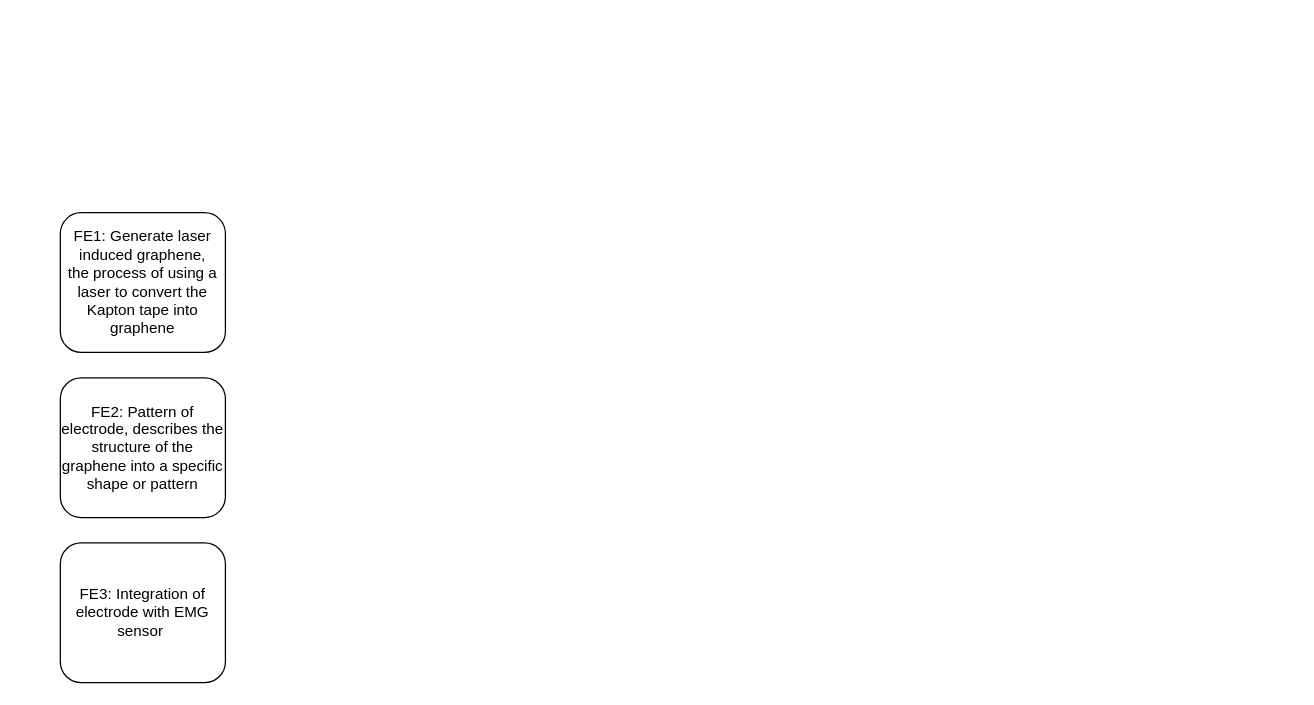
This is page "Page-4" (4 of 4) of Untitled Diagram.drawio from asdismilla/FlowChart, a draw.io file, before an edit. Source tidied: cells renumbered, new cells numbered last; positions are measured from the earlier drawing's top-left corner, leaving out a move shared by most shapes. Both pictures are drawn from the tidied source at 127%, with x=0, y=0 at pixel (60, 212).
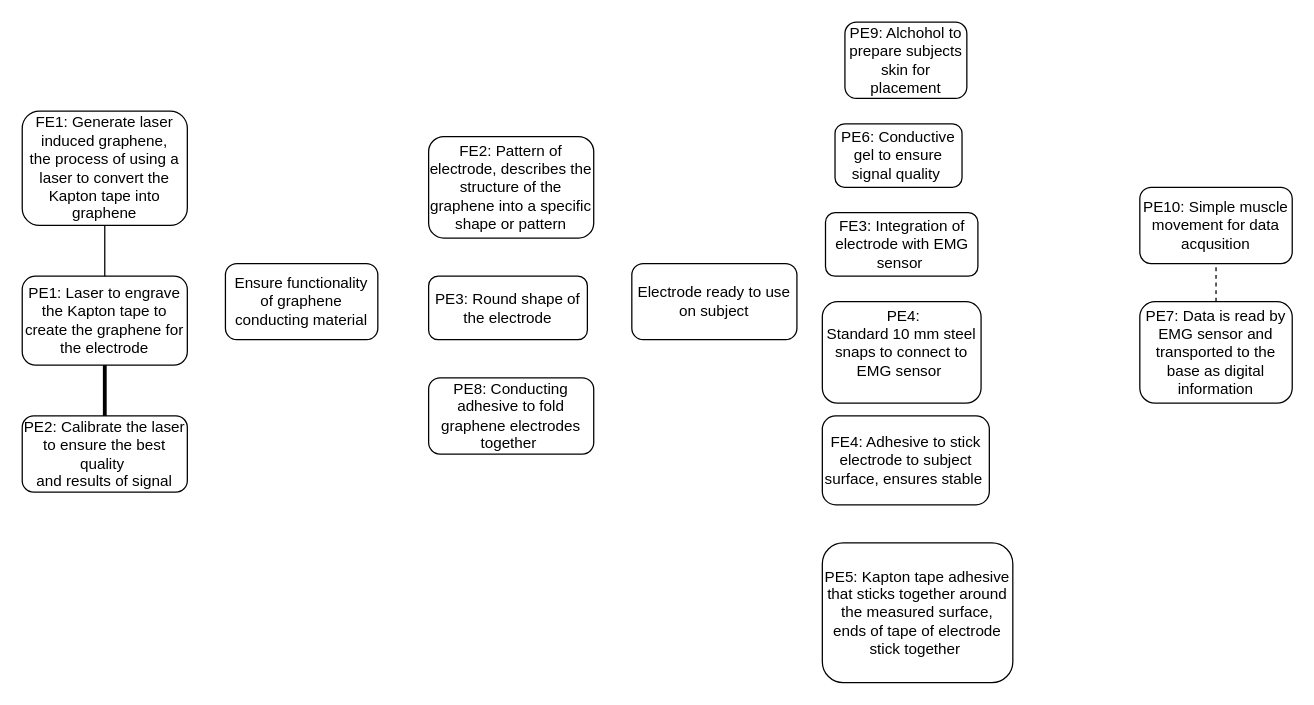
The same page after the edit.

What changed in the source:
```diff
@@
     <mxCell id="2" value="FE1: Generate laser induced graphene, the&amp;nbsp;process of using a laser to convert the Kapton tape into graphene&lt;span style=&quot;text-align: start;&quot; class=&quot;OYPEnA text-decoration-none text-strikethrough-none white-space-prewrap&quot;&gt;&lt;/span&gt;" style="rounded=1;whiteSpace=wrap;html=1;" parent="1" vertex="1">
-      <mxGeometry width="130" height="110" as="geometry" />
+      <mxGeometry x="-30" y="-80" width="130" height="90" as="geometry" />
     </mxCell>
     <mxCell id="3" value="FE2: Pattern of electrode, describes the structure of the graphene into a specific shape or pattern" style="rounded=1;whiteSpace=wrap;html=1;" parent="1" vertex="1">
-      <mxGeometry y="130" width="130" height="110" as="geometry" />
+      <mxGeometry x="290" y="-60" width="130" height="80" as="geometry" />
     </mxCell>
     <mxCell id="4" value="FE3: Integration of electrode with EMG sensor&amp;nbsp;" style="rounded=1;whiteSpace=wrap;html=1;" parent="1" vertex="1">
-      <mxGeometry y="260" width="130" height="110" as="geometry" />
+      <mxGeometry x="602.5" width="120" height="50" as="geometry" />
     </mxCell>
+    <mxCell id="5" value="FE4: Adhesive to stick electrode to subject surface, ensures stable&amp;nbsp;" style="rounded=1;whiteSpace=wrap;html=1;" parent="1" vertex="1">
+      <mxGeometry x="600" y="160" width="131.5" height="70" as="geometry" />
+    </mxCell>
+    <mxCell id="6" value="PE1: Laser to engrave the Kapton tape to create the graphene for the electrode" style="rounded=1;whiteSpace=wrap;html=1;" parent="1" vertex="1">
+      <mxGeometry x="-30" y="50" width="130" height="70" as="geometry" />
+    </mxCell>
+    <mxCell id="7" value="PE2:&amp;nbsp;Calibrate the laser to ensure the best quality&amp;nbsp;&lt;br&gt;and results of signal" style="rounded=1;whiteSpace=wrap;html=1;" parent="1" vertex="1">
+      <mxGeometry x="-30" y="160" width="130" height="60" as="geometry" />
+    </mxCell>
+    <mxCell id="8" value="PE3:&amp;nbsp;Round shape of the electrode" style="rounded=1;whiteSpace=wrap;html=1;" parent="1" vertex="1">
+      <mxGeometry x="290" y="50" width="125" height="50" as="geometry" />
+    </mxCell>
+    <mxCell id="9" value="&amp;nbsp;PE4:&lt;br&gt;Standard 10 mm steel snaps to connect to EMG sensor&amp;nbsp;&lt;div&gt;&lt;br&gt;&lt;/div&gt;" style="rounded=1;whiteSpace=wrap;html=1;" parent="1" vertex="1">
+      <mxGeometry x="600" y="70" width="125" height="80" as="geometry" />
+    </mxCell>
+    <mxCell id="10" value="PE5:&amp;nbsp;Kapton tape adhesive that sticks together around the measured surface, ends of tape of electrode stick together&amp;nbsp;" style="rounded=1;whiteSpace=wrap;html=1;" parent="1" vertex="1">
+      <mxGeometry x="600" y="260" width="150" height="110" as="geometry" />
+    </mxCell>
+    <mxCell id="11" value="PE6:&amp;nbsp;Conductive gel to ensure signal quality&amp;nbsp;" style="rounded=1;whiteSpace=wrap;html=1;" parent="1" vertex="1">
+      <mxGeometry x="610" y="-70" width="100" height="50" as="geometry" />
+    </mxCell>
+    <mxCell id="12" value="PE7:&amp;nbsp;Data is read by EMG sensor and transported to the base as digital information" style="rounded=1;whiteSpace=wrap;html=1;" parent="1" vertex="1">
+      <mxGeometry x="850" y="70" width="120" height="80" as="geometry" />
+    </mxCell>
+    <mxCell id="13" value="PE9: Alchohol to prepare subjects skin for placement" style="rounded=1;whiteSpace=wrap;html=1;" parent="1" vertex="1">
+      <mxGeometry x="617.8" y="-150" width="96" height="60" as="geometry" />
+    </mxCell>
+    <mxCell id="14" value="PE8: Conducting adhesive to fold graphene electrodes together&amp;nbsp;" style="rounded=1;whiteSpace=wrap;html=1;" parent="1" vertex="1">
+      <mxGeometry x="290" y="130" width="130" height="60" as="geometry" />
+    </mxCell>
+    <mxCell id="15" value="PE10: Simple muscle movement for data acqusition" style="rounded=1;whiteSpace=wrap;html=1;" parent="1" vertex="1">
+      <mxGeometry x="850" y="-20" width="120" height="60" as="geometry" />
+    </mxCell>
+    <mxCell id="16" value="Electrode ready to use on subject" style="rounded=1;whiteSpace=wrap;html=1;" parent="1" vertex="1">
+      <mxGeometry x="450" y="40" width="130" height="60" as="geometry" />
+    </mxCell>
+    <mxCell id="17" value="Ensure functionality of graphene conducting material" style="rounded=1;whiteSpace=wrap;html=1;" parent="1" vertex="1">
+      <mxGeometry x="130" y="40" width="120" height="60" as="geometry" />
+    </mxCell>
+    <mxCell id="18" style="edgeStyle=orthogonalEdgeStyle;rounded=0;orthogonalLoop=1;jettySize=auto;html=1;exitX=0.5;exitY=1;exitDx=0;exitDy=0;" parent="1" edge="1" source="6" target="6">
+      <mxGeometry relative="1" as="geometry" />
+    </mxCell>
+    <mxCell id="19" style="endArrow=none;html=1;rounded=0;exitX=0.5;exitY=0;exitDx=0;exitDy=0;entryX=0.5;entryY=1;entryDx=0;entryDy=0;" parent="1" edge="1" source="6" target="2">
+      <mxGeometry relative="1" as="geometry" />
+    </mxCell>
+    <mxCell id="20" style="endArrow=none;html=1;rounded=0;exitX=0.5;exitY=0;exitDx=0;exitDy=0;entryX=0.5;entryY=1;entryDx=0;entryDy=0;strokeWidth=3;" parent="1" edge="1" source="7" target="6">
+      <mxGeometry relative="1" as="geometry" />
+    </mxCell>
+    <mxCell id="21" style="endArrow=none;dashed=1;html=1;rounded=0;exitX=0.5;exitY=0;exitDx=0;exitDy=0;entryX=0.5;entryY=1;entryDx=0;entryDy=0;" parent="1" edge="1" source="12" target="15">
+      <mxGeometry relative="1" as="geometry" />
+    </mxCell>
```
